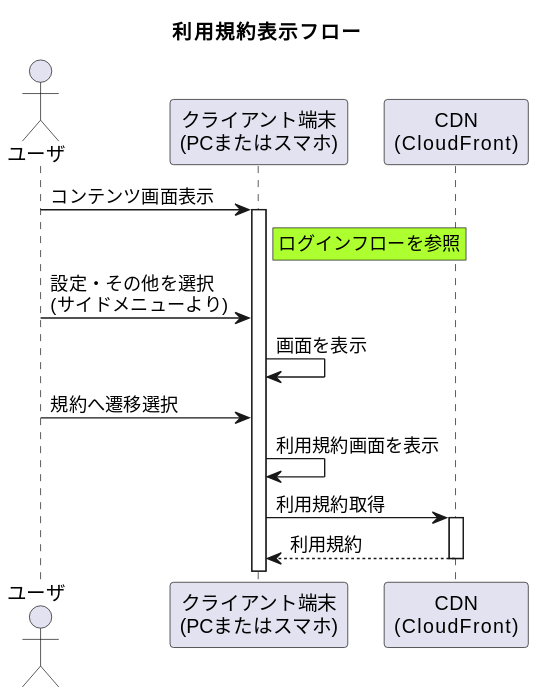
Before: 01_Sequences/99_Others/01_Terms/termsFlow.svg, a diagram exported from PlantUML (Sonic-Host/documents).
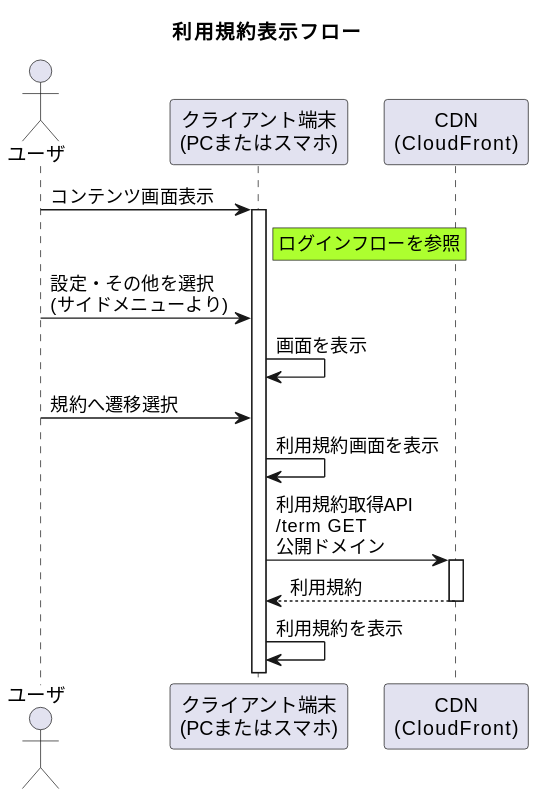
The same diagram one commit later.

Change to the diagram source:
```diff
@@ -13,6 +13,7 @@
 device -> device : 画面を表示
 user -> device : 規約へ遷移選択
 device -> device : 利用規約画面を表示
-device -> cdn ++: 利用規約取得
+device -> cdn ++: 利用規約取得API \n/term GET \n公開ドメイン
 device <-- cdn -- : 利用規約
+device -> device : 利用規約を表示
 @enduml
```
